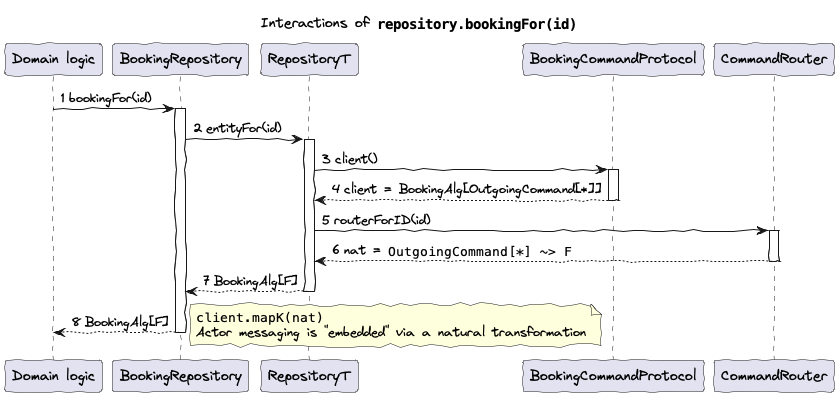
endless4s/endless4s.github.io keeps this PlantUML diagram as sequences/BookingRepository.png. Above is the earlier version. Its diagram source:
```plantuml
@startuml
title Interactions of ""repository.bookingFor(id)""
skinparam handwritten true
skinparam TitleFontName Virgil 3 YOFF
skinparam NoteFontName  Virgil 3 YOFF
skinparam sequence {
 ParticipantFontName Virgil 3 YOFF
 ActorFontName Virgil 3 YOFF
 ReferenceFontName Virgil 3 YOFF
 MessageFontName Virgil 3 YOFF
 ArrowFontName Virgil 3 YOFF
}
participant "Domain logic" as Domain
participant BookingRepository as BookingRepository
participant RepositoryT as RepositoryT
participant BookingCommandProtocol as BookingCommandProtocol1
participant CommandRouter as CommandRouter
autonumber
autoactivate on

Domain -> BookingRepository: bookingFor(id)
BookingRepository -> RepositoryT: entityFor(id)
RepositoryT -> BookingCommandProtocol1: client()
return client = BookingAlg[OutgoingCommand[*]]
RepositoryT -> CommandRouter: routerForID(id)
return nat = ""OutgoingCommand[*] ~> F""
return BookingAlg[F]
return BookingAlg[F]
note right: ""client.mapK(nat)""\nActor messaging is "embedded" via a natural transformation
@enduml
```
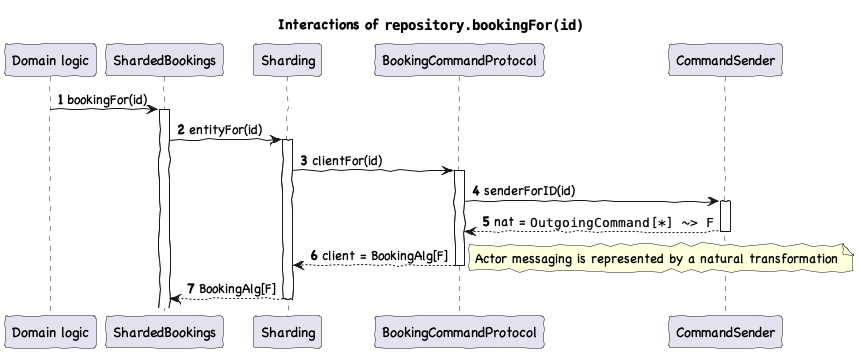
The same file after the commit.

What changed in the source:
```diff
@@ -1,30 +1,24 @@
 @startuml
 title Interactions of ""repository.bookingFor(id)""
 skinparam handwritten true
-skinparam TitleFontName Virgil 3 YOFF
-skinparam NoteFontName  Virgil 3 YOFF
-skinparam sequence {
- ParticipantFontName Virgil 3 YOFF
- ActorFontName Virgil 3 YOFF
- ReferenceFontName Virgil 3 YOFF
- MessageFontName Virgil 3 YOFF
- ArrowFontName Virgil 3 YOFF
-}
+skinparam defaultFontName Chalkboard
+
 participant "Domain logic" as Domain
-participant BookingRepository as BookingRepository
-participant RepositoryT as RepositoryT
+participant ShardedBookings as ShardedBookings
+participant Sharding as Sharding
 participant BookingCommandProtocol as BookingCommandProtocol1
-participant CommandRouter as CommandRouter
+participant CommandSender as CommandSender
 autonumber
 autoactivate on
 
-Domain -> BookingRepository: bookingFor(id)
-BookingRepository -> RepositoryT: entityFor(id)
-RepositoryT -> BookingCommandProtocol1: client()
-return client = BookingAlg[OutgoingCommand[*]]
-RepositoryT -> CommandRouter: routerForID(id)
+Domain -> ShardedBookings: bookingFor(id)
+ShardedBookings -> Sharding: entityFor(id)
+Sharding -> BookingCommandProtocol1: clientFor(id)
+BookingCommandProtocol1 -> CommandSender: senderForID(id)
 return nat = ""OutgoingCommand[*] ~> F""
+
+return client = BookingAlg[F]
+note right: Actor messaging is represented by a natural transformation
+
 return BookingAlg[F]
-return BookingAlg[F]
-note right: ""client.mapK(nat)""\nActor messaging is "embedded" via a natural transformation
 @enduml
```
